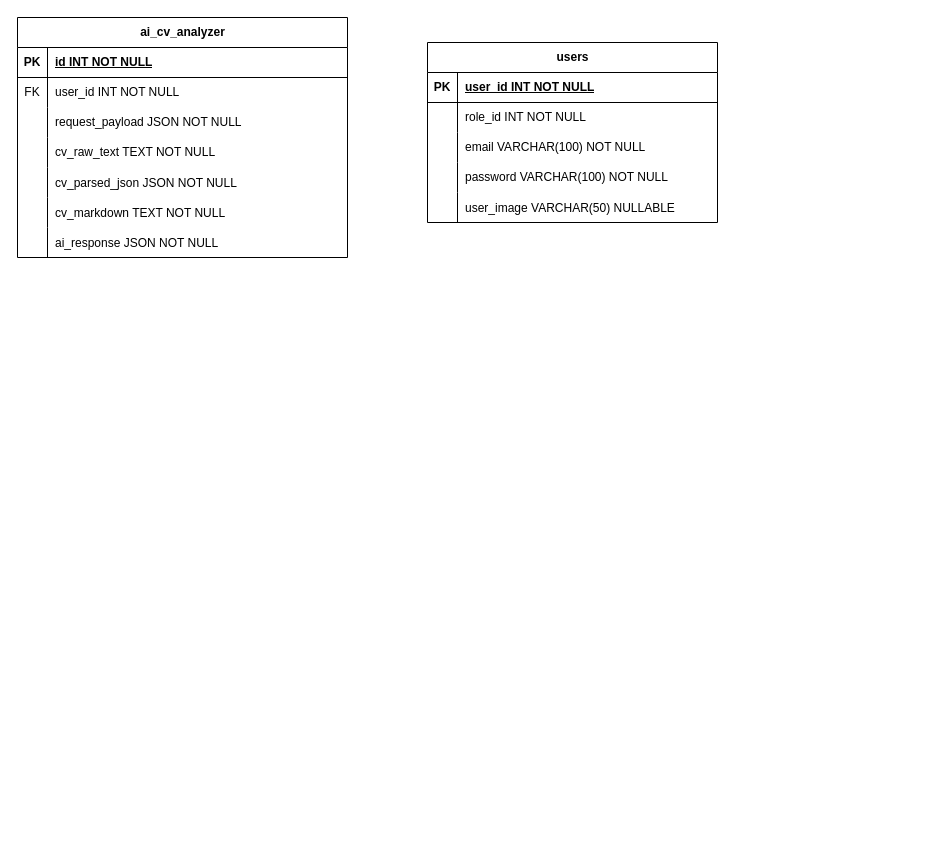
This is schema/schema.drawio from muhammadoby/bikincv-ai, a draw.io file, before an edit. Source tidied: cells renumbered, new cells numbered last; positions are measured from the earlier drawing's top-left corner, leaving out a move shared by most shapes. Both pictures are drawn from the tidied source at 100%, with x=0, y=0 at pixel (17, 17).
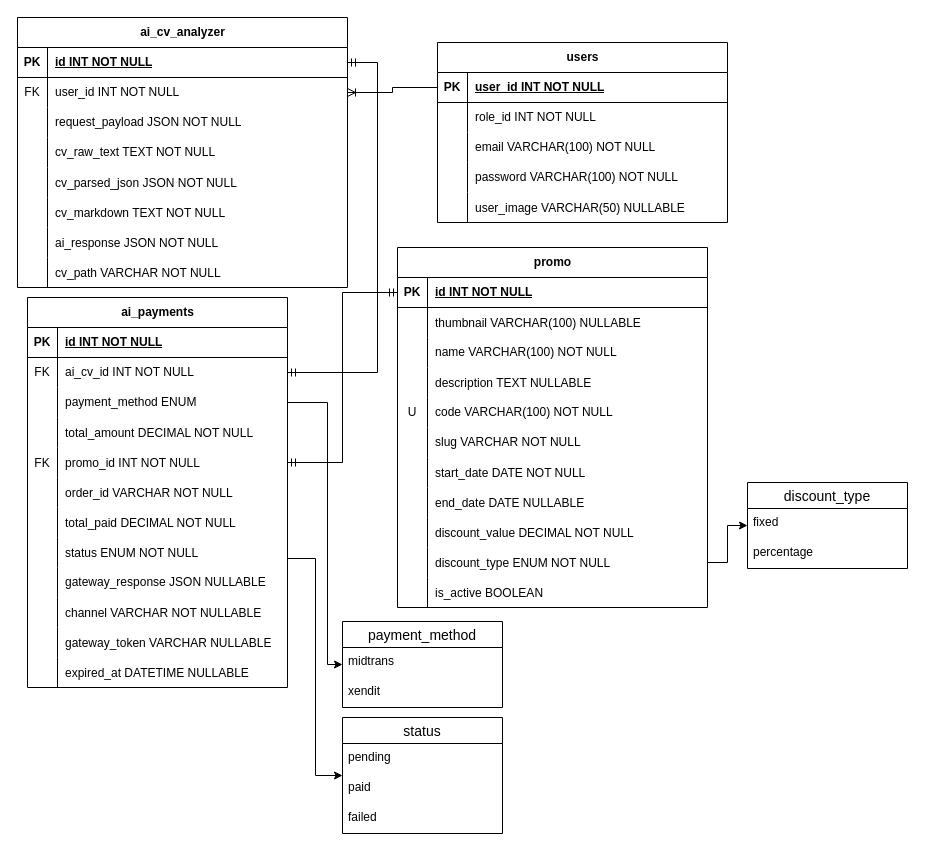
Above is the later version.

Unchanged cells that the change refers to:
```xml
<mxCell id="3" style="shape=tableRow;horizontal=0;startSize=0;swimlaneHead=0;swimlaneBody=0;fillColor=none;points=[[0,0.5],[1,0.5]];portConstraint=eastwest;top=0;left=0;right=0;bottom=1;" parent="2" vertex="1">
  <mxGeometry y="30" width="330" height="30" as="geometry" />
</mxCell>
<mxCell id="6" style="shape=tableRow;horizontal=0;startSize=0;swimlaneHead=0;swimlaneBody=0;fillColor=none;points=[[0,0.5],[1,0.5]];portConstraint=eastwest;top=0;left=0;right=0;bottom=0;" parent="2" vertex="1">
  <mxGeometry y="60" width="330" height="30" as="geometry" />
</mxCell>
<mxCell id="25" style="shape=tableRow;horizontal=0;startSize=0;swimlaneHead=0;swimlaneBody=0;fillColor=none;points=[[0,0.5],[1,0.5]];portConstraint=eastwest;top=0;left=0;right=0;bottom=1;" parent="24" vertex="1">
  <mxGeometry y="30" width="290" height="30" as="geometry" />
</mxCell>
```

The edit, as a diff of the source:
```diff
@@
     <mxCell id="2" value="ai_cv_analyzer" style="shape=table;startSize=30;childLayout=tableLayout;rowLines=0;fontStyle=1;align=center;html=1;" parent="1" vertex="1">
-      <mxGeometry width="330" height="240" as="geometry" />
+      <mxGeometry width="330" height="270" as="geometry" />
     </mxCell>
@@
+    <mxCell id="40" style="shape=tableRow;horizontal=0;startSize=0;swimlaneHead=0;swimlaneBody=0;fillColor=none;top=0;left=0;right=0;bottom=0;" parent="2" vertex="1">
+      <mxGeometry y="240" width="330" height="30" as="geometry" />
+    </mxCell>
+    <mxCell id="41" style="shape=partialRectangle;fillColor=none;top=0;left=0;bottom=0;right=0;overflow=hidden;" parent="40" vertex="1">
+      <mxGeometry width="30" height="30" as="geometry" />
+    </mxCell>
+    <mxCell id="42" value="cv_path VARCHAR NOT NULL" style="shape=partialRectangle;fillColor=none;top=0;left=0;bottom=0;right=0;align=left;spacingLeft=6;overflow=hidden;" parent="40" vertex="1">
+      <mxGeometry x="30" width="300" height="30" as="geometry" />
+    </mxCell>
     <mxCell id="24" value="users" style="shape=table;startSize=30;childLayout=tableLayout;rowLines=0;fontStyle=1;align=center;html=1;" parent="1" vertex="1">
-      <mxGeometry x="410" y="25" width="290" height="180" as="geometry" />
+      <mxGeometry x="420" y="25" width="290" height="180" as="geometry" />
     </mxCell>
@@
+    <mxCell id="43" value="ai_payments" style="shape=table;startSize=30;childLayout=tableLayout;rowLines=0;fontStyle=1;align=center;html=1;" parent="1" vertex="1">
+      <mxGeometry x="10" y="280" width="260" height="390" as="geometry" />
+    </mxCell>
+    <mxCell id="44" style="shape=tableRow;horizontal=0;startSize=0;swimlaneHead=0;swimlaneBody=0;fillColor=none;top=0;left=0;right=0;bottom=1;" parent="43" vertex="1">
+      <mxGeometry y="30" width="260" height="30" as="geometry" />
+    </mxCell>
+    <mxCell id="45" value="PK" style="shape=partialRectangle;fillColor=none;top=0;left=0;bottom=0;right=0;fontStyle=1;overflow=hidden;whiteSpace=wrap;html=1;" parent="44" vertex="1">
+      <mxGeometry width="30" height="30" as="geometry" />
+    </mxCell>
+    <mxCell id="46" value="id INT NOT NULL" style="shape=partialRectangle;fillColor=none;top=0;left=0;bottom=0;right=0;align=left;spacingLeft=6;fontStyle=5;overflow=hidden;whiteSpace=wrap;html=1;" parent="44" vertex="1">
+      <mxGeometry x="30" width="230" height="30" as="geometry" />
+    </mxCell>
+    <mxCell id="47" style="shape=tableRow;horizontal=0;startSize=0;swimlaneHead=0;swimlaneBody=0;fillColor=none;points=[[0,0.5],[1,0.5]];portConstraint=eastwest;top=0;left=0;right=0;bottom=0;" parent="43" vertex="1">
+      <mxGeometry y="60" width="260" height="30" as="geometry" />
+    </mxCell>
+    <mxCell id="48" value="FK" style="shape=partialRectangle;fillColor=none;top=0;left=0;bottom=0;right=0;overflow=hidden;whiteSpace=wrap;html=1;" parent="47" vertex="1">
+      <mxGeometry width="30" height="30" as="geometry" />
+    </mxCell>
+    <mxCell id="49" value="ai_cv_id INT NOT NULL" style="shape=partialRectangle;fillColor=none;top=0;left=0;bottom=0;right=0;align=left;spacingLeft=6;overflow=hidden;whiteSpace=wrap;html=1;" parent="47" vertex="1">
+      <mxGeometry x="30" width="230" height="30" as="geometry" />
+    </mxCell>
+    <mxCell id="50" style="shape=tableRow;horizontal=0;startSize=0;swimlaneHead=0;swimlaneBody=0;fillColor=none;points=[[0,0.5],[1,0.5]];portConstraint=eastwest;top=0;left=0;right=0;bottom=0;" parent="43" vertex="1">
+      <mxGeometry y="90" width="260" height="30" as="geometry" />
+    </mxCell>
+    <mxCell id="51" style="shape=partialRectangle;fillColor=none;top=0;left=0;bottom=0;right=0;overflow=hidden;whiteSpace=wrap;html=1;" parent="50" vertex="1">
+      <mxGeometry width="30" height="30" as="geometry" />
+    </mxCell>
+    <mxCell id="52" value="payment_method ENUM" style="shape=partialRectangle;fillColor=none;top=0;left=0;bottom=0;right=0;align=left;spacingLeft=6;overflow=hidden;whiteSpace=wrap;html=1;" parent="50" vertex="1">
+      <mxGeometry x="30" width="230" height="30" as="geometry" />
+    </mxCell>
+    <mxCell id="53" style="shape=tableRow;horizontal=0;startSize=0;swimlaneHead=0;swimlaneBody=0;fillColor=none;top=0;left=0;right=0;bottom=0;" parent="43" vertex="1">
+      <mxGeometry y="120" width="260" height="30" as="geometry" />
+    </mxCell>
+    <mxCell id="54" style="shape=partialRectangle;fillColor=none;top=0;left=0;bottom=0;right=0;overflow=hidden;" parent="53" vertex="1">
+      <mxGeometry width="30" height="30" as="geometry" />
+    </mxCell>
+    <mxCell id="55" value="total_amount DECIMAL NOT NULL" style="shape=partialRectangle;fillColor=none;top=0;left=0;bottom=0;right=0;align=left;spacingLeft=6;overflow=hidden;" parent="53" vertex="1">
+      <mxGeometry x="30" width="230" height="30" as="geometry" />
+    </mxCell>
+    <mxCell id="56" style="shape=tableRow;horizontal=0;startSize=0;swimlaneHead=0;swimlaneBody=0;fillColor=none;points=[[0,0.5],[1,0.5]];portConstraint=eastwest;top=0;left=0;right=0;bottom=0;" parent="43" vertex="1">
+      <mxGeometry y="150" width="260" height="30" as="geometry" />
+    </mxCell>
+    <mxCell id="57" value="FK" style="shape=partialRectangle;fillColor=none;top=0;left=0;bottom=0;right=0;overflow=hidden;" parent="56" vertex="1">
+      <mxGeometry width="30" height="30" as="geometry" />
+    </mxCell>
+    <mxCell id="58" value="promo_id INT NOT NULL" style="shape=partialRectangle;fillColor=none;top=0;left=0;bottom=0;right=0;align=left;spacingLeft=6;overflow=hidden;" parent="56" vertex="1">
+      <mxGeometry x="30" width="230" height="30" as="geometry" />
+    </mxCell>
+    <mxCell id="59" style="shape=tableRow;horizontal=0;startSize=0;swimlaneHead=0;swimlaneBody=0;fillColor=none;top=0;left=0;right=0;bottom=0;" parent="43" vertex="1">
+      <mxGeometry y="180" width="260" height="30" as="geometry" />
+    </mxCell>
+    <mxCell id="60" style="shape=partialRectangle;fillColor=none;top=0;left=0;bottom=0;right=0;overflow=hidden;" parent="59" vertex="1">
+      <mxGeometry width="30" height="30" as="geometry" />
+    </mxCell>
+    <mxCell id="61" value="order_id VARCHAR NOT NULL" style="shape=partialRectangle;fillColor=none;top=0;left=0;bottom=0;right=0;align=left;spacingLeft=6;overflow=hidden;" parent="59" vertex="1">
+      <mxGeometry x="30" width="230" height="30" as="geometry" />
+    </mxCell>
+    <mxCell id="62" style="shape=tableRow;horizontal=0;startSize=0;swimlaneHead=0;swimlaneBody=0;fillColor=none;top=0;left=0;right=0;bottom=0;" parent="43" vertex="1">
+      <mxGeometry y="210" width="260" height="30" as="geometry" />
+    </mxCell>
+    <mxCell id="63" style="shape=partialRectangle;fillColor=none;top=0;left=0;bottom=0;right=0;overflow=hidden;" parent="62" vertex="1">
+      <mxGeometry width="30" height="30" as="geometry" />
+    </mxCell>
+    <mxCell id="64" value="total_paid DECIMAL NOT NULL" style="shape=partialRectangle;fillColor=none;top=0;left=0;bottom=0;right=0;align=left;spacingLeft=6;overflow=hidden;" parent="62" vertex="1">
+      <mxGeometry x="30" width="230" height="30" as="geometry" />
+    </mxCell>
+    <mxCell id="65" style="shape=tableRow;horizontal=0;startSize=0;swimlaneHead=0;swimlaneBody=0;fillColor=none;top=0;left=0;right=0;bottom=0;" parent="43" vertex="1">
+      <mxGeometry y="240" width="260" height="30" as="geometry" />
+    </mxCell>
+    <mxCell id="66" style="shape=partialRectangle;fillColor=none;top=0;left=0;bottom=0;right=0;overflow=hidden;" parent="65" vertex="1">
+      <mxGeometry width="30" height="30" as="geometry" />
+    </mxCell>
+    <mxCell id="67" value="status ENUM NOT NULL" style="shape=partialRectangle;fillColor=none;top=0;left=0;bottom=0;right=0;align=left;spacingLeft=6;overflow=hidden;" parent="65" vertex="1">
+      <mxGeometry x="30" width="230" height="30" as="geometry" />
+    </mxCell>
+    <mxCell id="68" style="shape=tableRow;horizontal=0;startSize=0;swimlaneHead=0;swimlaneBody=0;fillColor=none;top=0;left=0;right=0;bottom=0;" parent="43" vertex="1">
+      <mxGeometry y="270" width="260" height="30" as="geometry" />
+    </mxCell>
+    <mxCell id="69" style="shape=partialRectangle;fillColor=none;top=0;left=0;bottom=0;right=0;overflow=hidden;whiteSpace=wrap;html=1;" parent="68" vertex="1">
+      <mxGeometry width="30" height="30" as="geometry" />
+    </mxCell>
+    <mxCell id="70" value="gateway_response JSON NULLABLE" style="shape=partialRectangle;fillColor=none;top=0;left=0;bottom=0;right=0;align=left;spacingLeft=6;overflow=hidden;whiteSpace=wrap;html=1;" parent="68" vertex="1">
+      <mxGeometry x="30" width="230" height="30" as="geometry" />
+    </mxCell>
+    <mxCell id="71" style="shape=tableRow;horizontal=0;startSize=0;swimlaneHead=0;swimlaneBody=0;fillColor=none;top=0;left=0;right=0;bottom=0;" parent="43" vertex="1">
+      <mxGeometry y="300" width="260" height="30" as="geometry" />
+    </mxCell>
+    <mxCell id="72" style="shape=partialRectangle;fillColor=none;top=0;left=0;bottom=0;right=0;overflow=hidden;" parent="71" vertex="1">
+      <mxGeometry width="30" height="30" as="geometry" />
+    </mxCell>
+    <mxCell id="73" value="channel VARCHAR NOT NULLABLE" style="shape=partialRectangle;fillColor=none;top=0;left=0;bottom=0;right=0;align=left;spacingLeft=6;overflow=hidden;" parent="71" vertex="1">
+      <mxGeometry x="30" width="230" height="30" as="geometry" />
+    </mxCell>
+    <mxCell id="74" style="shape=tableRow;horizontal=0;startSize=0;swimlaneHead=0;swimlaneBody=0;fillColor=none;top=0;left=0;right=0;bottom=0;" parent="43" vertex="1">
+      <mxGeometry y="330" width="260" height="30" as="geometry" />
+    </mxCell>
+    <mxCell id="75" style="shape=partialRectangle;fillColor=none;top=0;left=0;bottom=0;right=0;overflow=hidden;" parent="74" vertex="1">
+      <mxGeometry width="30" height="30" as="geometry" />
+    </mxCell>
+    <mxCell id="76" value="gateway_token VARCHAR NULLABLE" style="shape=partialRectangle;fillColor=none;top=0;left=0;bottom=0;right=0;align=left;spacingLeft=6;overflow=hidden;" parent="74" vertex="1">
+      <mxGeometry x="30" width="230" height="30" as="geometry" />
+    </mxCell>
+    <mxCell id="77" style="shape=tableRow;horizontal=0;startSize=0;swimlaneHead=0;swimlaneBody=0;fillColor=none;top=0;left=0;right=0;bottom=0;" parent="43" vertex="1">
+      <mxGeometry y="360" width="260" height="30" as="geometry" />
+    </mxCell>
+    <mxCell id="78" style="shape=partialRectangle;fillColor=none;top=0;left=0;bottom=0;right=0;overflow=hidden;" parent="77" vertex="1">
+      <mxGeometry width="30" height="30" as="geometry" />
+    </mxCell>
+    <mxCell id="79" value="expired_at DATETIME NULLABLE" style="shape=partialRectangle;fillColor=none;top=0;left=0;bottom=0;right=0;align=left;spacingLeft=6;overflow=hidden;" parent="77" vertex="1">
+      <mxGeometry x="30" width="230" height="30" as="geometry" />
+    </mxCell>
+    <mxCell id="80" value="promo" style="shape=table;startSize=30;childLayout=tableLayout;rowLines=0;fontStyle=1;align=center;html=1;" parent="1" vertex="1">
+      <mxGeometry x="380" y="230" width="310" height="360" as="geometry" />
+    </mxCell>
+    <mxCell id="81" style="shape=tableRow;horizontal=0;startSize=0;swimlaneHead=0;swimlaneBody=0;fillColor=none;points=[[0,0.5],[1,0.5]];portConstraint=eastwest;top=0;left=0;right=0;bottom=1;" parent="80" vertex="1">
+      <mxGeometry y="30" width="310" height="30" as="geometry" />
+    </mxCell>
+    <mxCell id="82" value="PK" style="shape=partialRectangle;fillColor=none;top=0;left=0;bottom=0;right=0;fontStyle=1;overflow=hidden;whiteSpace=wrap;html=1;" parent="81" vertex="1">
+      <mxGeometry width="30" height="30" as="geometry" />
+    </mxCell>
+    <mxCell id="83" value="id INT NOT NULL" style="shape=partialRectangle;fillColor=none;top=0;left=0;bottom=0;right=0;align=left;spacingLeft=6;fontStyle=5;overflow=hidden;whiteSpace=wrap;html=1;" parent="81" vertex="1">
+      <mxGeometry x="30" width="280" height="30" as="geometry" />
+    </mxCell>
+    <mxCell id="84" style="shape=tableRow;horizontal=0;startSize=0;swimlaneHead=0;swimlaneBody=0;fillColor=none;top=0;left=0;right=0;bottom=0;" parent="80" vertex="1">
+      <mxGeometry y="60" width="310" height="30" as="geometry" />
+    </mxCell>
+    <mxCell id="85" style="shape=partialRectangle;fillColor=none;top=0;left=0;bottom=0;right=0;overflow=hidden;" parent="84" vertex="1">
+      <mxGeometry width="30" height="30" as="geometry" />
+    </mxCell>
+    <mxCell id="86" value="thumbnail VARCHAR(100) NULLABLE" style="shape=partialRectangle;fillColor=none;top=0;left=0;bottom=0;right=0;align=left;spacingLeft=6;overflow=hidden;" parent="84" vertex="1">
+      <mxGeometry x="30" width="280" height="30" as="geometry" />
+    </mxCell>
+    <mxCell id="87" style="shape=tableRow;horizontal=0;startSize=0;swimlaneHead=0;swimlaneBody=0;fillColor=none;top=0;left=0;right=0;bottom=0;" parent="80" vertex="1">
+      <mxGeometry y="90" width="310" height="30" as="geometry" />
+    </mxCell>
+    <mxCell id="88" style="shape=partialRectangle;fillColor=none;top=0;left=0;bottom=0;right=0;overflow=hidden;whiteSpace=wrap;html=1;" parent="87" vertex="1">
+      <mxGeometry width="30" height="30" as="geometry" />
+    </mxCell>
+    <mxCell id="89" value="name VARCHAR(100) NOT NULL" style="shape=partialRectangle;fillColor=none;top=0;left=0;bottom=0;right=0;align=left;spacingLeft=6;overflow=hidden;whiteSpace=wrap;html=1;" parent="87" vertex="1">
+      <mxGeometry x="30" width="280" height="30" as="geometry" />
+    </mxCell>
+    <mxCell id="90" style="shape=tableRow;horizontal=0;startSize=0;swimlaneHead=0;swimlaneBody=0;fillColor=none;top=0;left=0;right=0;bottom=0;" parent="80" vertex="1">
+      <mxGeometry y="120" width="310" height="30" as="geometry" />
+    </mxCell>
+    <mxCell id="91" style="shape=partialRectangle;fillColor=none;top=0;left=0;bottom=0;right=0;overflow=hidden;" parent="90" vertex="1">
+      <mxGeometry width="30" height="30" as="geometry" />
+    </mxCell>
+    <mxCell id="92" value="description TEXT NULLABLE" style="shape=partialRectangle;fillColor=none;top=0;left=0;bottom=0;right=0;align=left;spacingLeft=6;overflow=hidden;" parent="90" vertex="1">
+      <mxGeometry x="30" width="280" height="30" as="geometry" />
+    </mxCell>
+    <mxCell id="93" style="shape=tableRow;horizontal=0;startSize=0;swimlaneHead=0;swimlaneBody=0;fillColor=none;top=0;left=0;right=0;bottom=0;" parent="80" vertex="1">
+      <mxGeometry y="150" width="310" height="30" as="geometry" />
+    </mxCell>
+    <mxCell id="94" value="U" style="shape=partialRectangle;fillColor=none;top=0;left=0;bottom=0;right=0;overflow=hidden;whiteSpace=wrap;html=1;" parent="93" vertex="1">
+      <mxGeometry width="30" height="30" as="geometry" />
+    </mxCell>
+    <mxCell id="95" value="code VARCHAR(100) NOT NULL" style="shape=partialRectangle;fillColor=none;top=0;left=0;bottom=0;right=0;align=left;spacingLeft=6;overflow=hidden;whiteSpace=wrap;html=1;" parent="93" vertex="1">
+      <mxGeometry x="30" width="280" height="30" as="geometry" />
+    </mxCell>
+    <mxCell id="96" style="shape=tableRow;horizontal=0;startSize=0;swimlaneHead=0;swimlaneBody=0;fillColor=none;top=0;left=0;right=0;bottom=0;" parent="80" vertex="1">
+      <mxGeometry y="180" width="310" height="30" as="geometry" />
+    </mxCell>
+    <mxCell id="97" style="shape=partialRectangle;fillColor=none;top=0;left=0;bottom=0;right=0;overflow=hidden;whiteSpace=wrap;html=1;" parent="96" vertex="1">
+      <mxGeometry width="30" height="30" as="geometry" />
+    </mxCell>
+    <mxCell id="98" value="slug VARCHAR NOT NULL" style="shape=partialRectangle;fillColor=none;top=0;left=0;bottom=0;right=0;align=left;spacingLeft=6;overflow=hidden;whiteSpace=wrap;html=1;" parent="96" vertex="1">
+      <mxGeometry x="30" width="280" height="30" as="geometry" />
+    </mxCell>
+    <mxCell id="99" style="shape=tableRow;horizontal=0;startSize=0;swimlaneHead=0;swimlaneBody=0;fillColor=none;top=0;left=0;right=0;bottom=0;" parent="80" vertex="1">
+      <mxGeometry y="210" width="310" height="30" as="geometry" />
+    </mxCell>
+    <mxCell id="100" style="shape=partialRectangle;fillColor=none;top=0;left=0;bottom=0;right=0;overflow=hidden;" parent="99" vertex="1">
+      <mxGeometry width="30" height="30" as="geometry" />
+    </mxCell>
+    <mxCell id="101" value="start_date DATE NOT NULL" style="shape=partialRectangle;fillColor=none;top=0;left=0;bottom=0;right=0;align=left;spacingLeft=6;overflow=hidden;" parent="99" vertex="1">
+      <mxGeometry x="30" width="280" height="30" as="geometry" />
+    </mxCell>
+    <mxCell id="102" style="shape=tableRow;horizontal=0;startSize=0;swimlaneHead=0;swimlaneBody=0;fillColor=none;top=0;left=0;right=0;bottom=0;" parent="80" vertex="1">
+      <mxGeometry y="240" width="310" height="30" as="geometry" />
+    </mxCell>
+    <mxCell id="103" style="shape=partialRectangle;fillColor=none;top=0;left=0;bottom=0;right=0;overflow=hidden;" parent="102" vertex="1">
+      <mxGeometry width="30" height="30" as="geometry" />
+    </mxCell>
+    <mxCell id="104" value="end_date DATE NULLABLE" style="shape=partialRectangle;fillColor=none;top=0;left=0;bottom=0;right=0;align=left;spacingLeft=6;overflow=hidden;" parent="102" vertex="1">
+      <mxGeometry x="30" width="280" height="30" as="geometry" />
+    </mxCell>
+    <mxCell id="105" style="shape=tableRow;horizontal=0;startSize=0;swimlaneHead=0;swimlaneBody=0;fillColor=none;top=0;left=0;right=0;bottom=0;" parent="80" vertex="1">
+      <mxGeometry y="270" width="310" height="30" as="geometry" />
+    </mxCell>
+    <mxCell id="106" style="shape=partialRectangle;fillColor=none;top=0;left=0;bottom=0;right=0;overflow=hidden;" parent="105" vertex="1">
+      <mxGeometry width="30" height="30" as="geometry" />
+    </mxCell>
+    <mxCell id="107" value="discount_value DECIMAL NOT NULL" style="shape=partialRectangle;fillColor=none;top=0;left=0;bottom=0;right=0;align=left;spacingLeft=6;overflow=hidden;" parent="105" vertex="1">
+      <mxGeometry x="30" width="280" height="30" as="geometry" />
+    </mxCell>
+    <mxCell id="108" style="shape=tableRow;horizontal=0;startSize=0;swimlaneHead=0;swimlaneBody=0;fillColor=none;points=[[0,0.5],[1,0.5]];portConstraint=eastwest;top=0;left=0;right=0;bottom=0;" parent="80" vertex="1">
+      <mxGeometry y="300" width="310" height="30" as="geometry" />
+    </mxCell>
+    <mxCell id="109" style="shape=partialRectangle;fillColor=none;top=0;left=0;bottom=0;right=0;overflow=hidden;" parent="108" vertex="1">
+      <mxGeometry width="30" height="30" as="geometry" />
+    </mxCell>
+    <mxCell id="110" value="discount_type ENUM NOT NULL" style="shape=partialRectangle;fillColor=none;top=0;left=0;bottom=0;right=0;align=left;spacingLeft=6;overflow=hidden;" parent="108" vertex="1">
+      <mxGeometry x="30" width="280" height="30" as="geometry" />
+    </mxCell>
+    <mxCell id="111" style="shape=tableRow;horizontal=0;startSize=0;swimlaneHead=0;swimlaneBody=0;fillColor=none;top=0;left=0;right=0;bottom=0;" parent="80" vertex="1">
+      <mxGeometry y="330" width="310" height="30" as="geometry" />
+    </mxCell>
+    <mxCell id="112" style="shape=partialRectangle;fillColor=none;top=0;left=0;bottom=0;right=0;overflow=hidden;" parent="111" vertex="1">
+      <mxGeometry width="30" height="30" as="geometry" />
+    </mxCell>
+    <mxCell id="113" value="is_active BOOLEAN" style="shape=partialRectangle;fillColor=none;top=0;left=0;bottom=0;right=0;align=left;spacingLeft=6;overflow=hidden;" parent="111" vertex="1">
+      <mxGeometry x="30" width="280" height="30" as="geometry" />
+    </mxCell>
+    <mxCell id="114" style="edgeStyle=elbowEdgeStyle;fontSize=12;html=1;endArrow=ERoneToMany;rounded=0;" parent="1" edge="1" source="25" target="6">
+      <mxGeometry relative="1" as="geometry" />
+    </mxCell>
+    <mxCell id="115" value="payment_method" style="swimlane;fontStyle=0;horizontal=1;startSize=26;align=center;fontSize=14;" parent="1" vertex="1">
+      <mxGeometry x="325" y="604" width="160" height="86" as="geometry" />
+    </mxCell>
+    <mxCell id="116" value="midtrans" style="text;strokeColor=none;fillColor=none;spacingLeft=4;spacingRight=4;overflow=hidden;fontSize=12;whiteSpace=wrap;html=1;" parent="115" vertex="1">
+      <mxGeometry y="26" width="160" height="30" as="geometry" />
+    </mxCell>
+    <mxCell id="117" value="xendit" style="text;strokeColor=none;fillColor=none;spacingLeft=4;spacingRight=4;overflow=hidden;fontSize=12;whiteSpace=wrap;html=1;" parent="115" vertex="1">
+      <mxGeometry y="56" width="160" height="30" as="geometry" />
+    </mxCell>
+    <mxCell id="118" style="edgeStyle=elbowEdgeStyle;rounded=0;jettySize=auto;html=1;" parent="1" edge="1" source="50" target="115">
+      <mxGeometry relative="1" as="geometry">
+        <Array as="points">
+          <mxPoint x="310" y="500" />
+        </Array>
+      </mxGeometry>
+    </mxCell>
+    <mxCell id="119" value="status" style="swimlane;fontStyle=0;horizontal=1;startSize=26;align=center;fontSize=14;" parent="1" vertex="1">
+      <mxGeometry x="325" y="700" width="160" height="116" as="geometry" />
+    </mxCell>
+    <mxCell id="120" value="pending" style="text;strokeColor=none;fillColor=none;spacingLeft=4;spacingRight=4;overflow=hidden;fontSize=12;whiteSpace=wrap;html=1;" parent="119" vertex="1">
+      <mxGeometry y="26" width="160" height="30" as="geometry" />
+    </mxCell>
+    <mxCell id="121" value="paid" style="text;strokeColor=none;fillColor=none;spacingLeft=4;spacingRight=4;overflow=hidden;fontSize=12;whiteSpace=wrap;html=1;" parent="119" vertex="1">
+      <mxGeometry y="56" width="160" height="30" as="geometry" />
+    </mxCell>
+    <mxCell id="122" value="failed" style="text;strokeColor=none;fillColor=none;spacingLeft=4;spacingRight=4;overflow=hidden;fontSize=12;whiteSpace=wrap;html=1;" parent="119" vertex="1">
+      <mxGeometry y="86" width="160" height="30" as="geometry" />
+    </mxCell>
+    <mxCell id="123" style="edgeStyle=elbowEdgeStyle;rounded=0;jettySize=auto;html=1;" parent="1" edge="1" target="119">
+      <mxGeometry relative="1" as="geometry">
+        <mxPoint x="270" y="541" as="sourcePoint" />
+      </mxGeometry>
+    </mxCell>
+    <mxCell id="124" style="edgeStyle=elbowEdgeStyle;fontSize=12;html=1;endArrow=ERmandOne;startArrow=ERmandOne;rounded=0;" parent="1" edge="1" source="3" target="47">
+      <mxGeometry relative="1" as="geometry">
+        <Array as="points">
+          <mxPoint x="360" y="200" />
+        </Array>
+      </mxGeometry>
+    </mxCell>
+    <mxCell id="125" value="discount_type" style="swimlane;fontStyle=0;horizontal=1;startSize=26;align=center;fontSize=14;" parent="1" vertex="1">
+      <mxGeometry x="730" y="465" width="160" height="86" as="geometry" />
+    </mxCell>
+    <mxCell id="126" value="fixed" style="text;strokeColor=none;fillColor=none;spacingLeft=4;spacingRight=4;overflow=hidden;fontSize=12;whiteSpace=wrap;html=1;" parent="125" vertex="1">
+      <mxGeometry y="26" width="160" height="30" as="geometry" />
+    </mxCell>
+    <mxCell id="127" value="percentage" style="text;strokeColor=none;fillColor=none;spacingLeft=4;spacingRight=4;overflow=hidden;fontSize=12;whiteSpace=wrap;html=1;" parent="125" vertex="1">
+      <mxGeometry y="56" width="160" height="30" as="geometry" />
+    </mxCell>
+    <mxCell id="128" style="edgeStyle=orthogonalEdgeStyle;rounded=0;jettySize=auto;html=1;" parent="1" edge="1" source="108" target="125">
+      <mxGeometry relative="1" as="geometry" />
+    </mxCell>
+    <mxCell id="129" style="edgeStyle=elbowEdgeStyle;fontSize=12;html=1;endArrow=ERmandOne;startArrow=ERmandOne;rounded=0;" parent="1" edge="1" source="56" target="81">
+      <mxGeometry relative="1" as="geometry" />
+    </mxCell>
```
